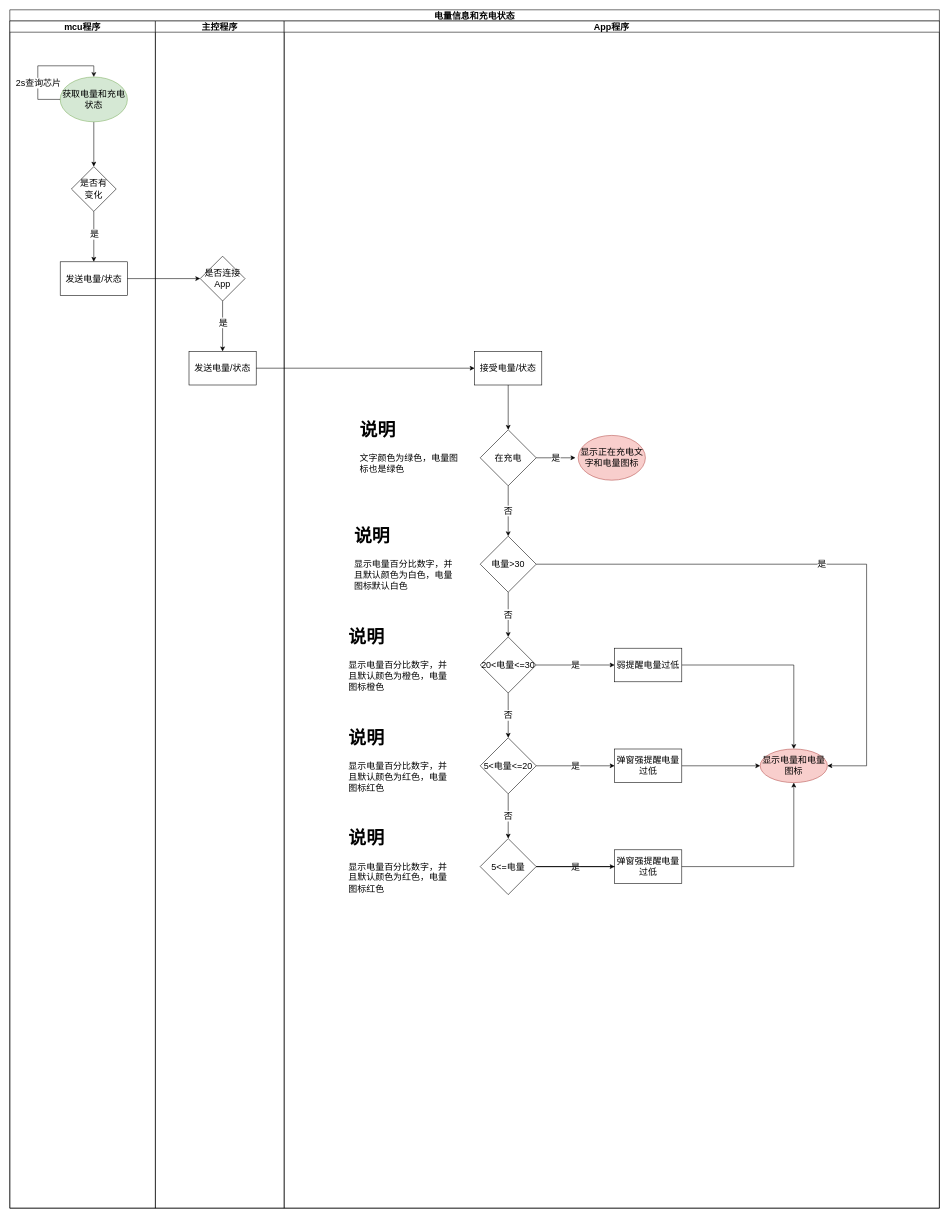
kyphoon/ysb_drawio_tree keeps this draw.io diagram as page "电池电量" (11 of 27) of 隐身保arm版-业务流程-V1.0-20221028-1.drawio. Above is the earlier version. Source tidied: cells renumbered, new cells numbered last; positions are measured from the earlier drawing's top-left corner, leaving out a move shared by most shapes. Both pictures are drawn from the tidied source at 56%, with x=0, y=0 at pixel (10, 10).
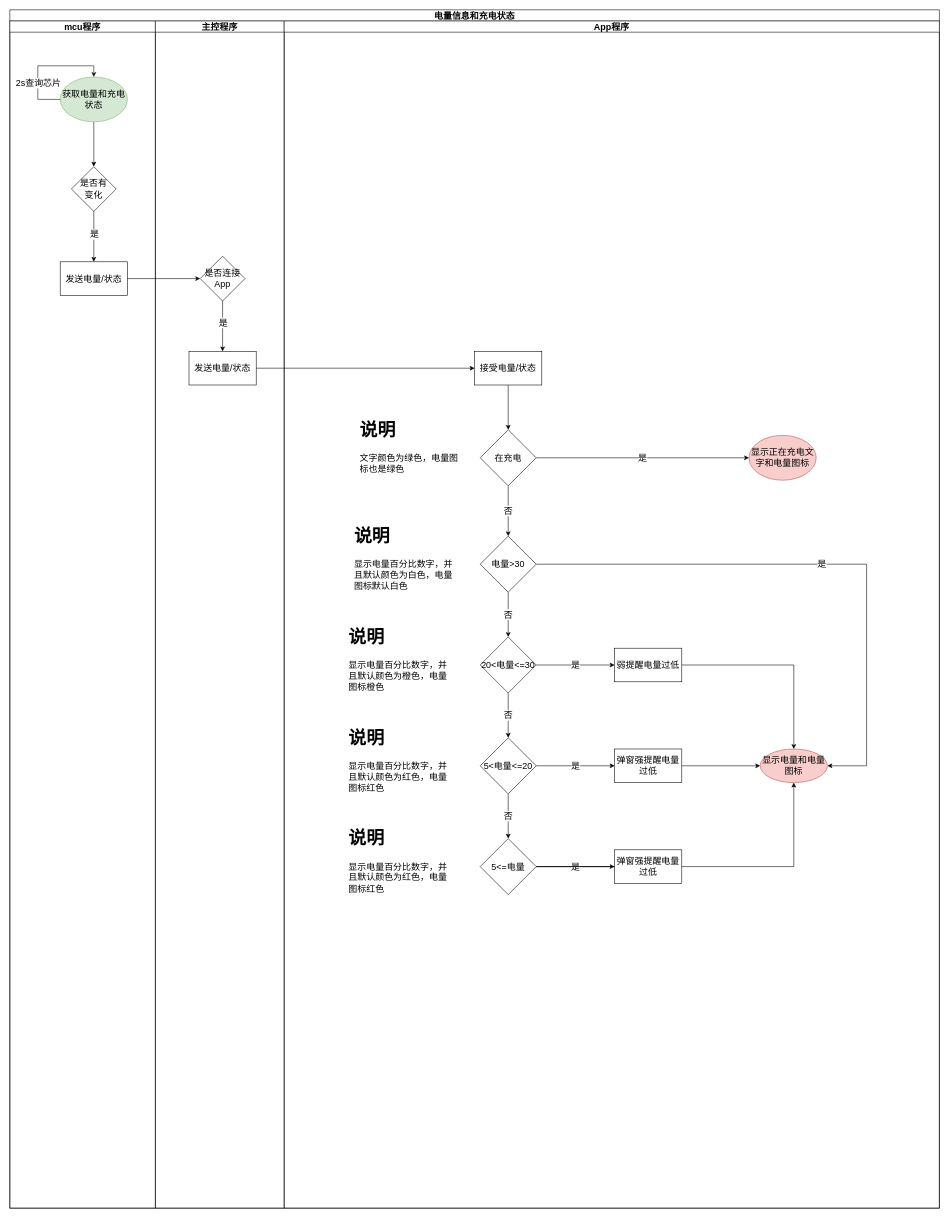
After the change.

Commit message (it also covers changes not shown here):
更新电量和充电状态

Unchanged cells that the change refers to:
```xml
<mxCell id="19" value="App程序" style="swimlane;startSize=20;labelBackgroundColor=none;fontSize=16;strokeWidth=1;" parent="2" vertex="1">
  <mxGeometry x="490" y="20" width="1170" height="2120" as="geometry" />
</mxCell>
<mxCell id="24" value="&lt;span style=&quot;font-size: 16px;&quot;&gt;在充电&lt;/span&gt;" style="rhombus;whiteSpace=wrap;html=1;rounded=0;" parent="19" vertex="1">
  <mxGeometry x="350" y="730" width="100" height="100" as="geometry" />
</mxCell>
```

The edit, as a diff of the source:
```diff
@@
-    <mxCell id="23" value="是" style="edgeStyle=orthogonalEdgeStyle;rounded=0;jettySize=auto;html=1;fontSize=16;" parent="19" edge="1" source="24">
-      <mxGeometry relative="1" as="geometry">
-        <mxPoint x="520" y="780" as="targetPoint" />
-      </mxGeometry>
+    <mxCell id="23" value="是" style="edgeStyle=orthogonalEdgeStyle;rounded=0;jettySize=auto;html=1;fontSize=16;" parent="19" edge="1" source="24" target="46">
+      <mxGeometry relative="1" as="geometry" />
     </mxCell>
@@
     <mxCell id="46" value="显示正在充电文字和电量图标" style="ellipse;whiteSpace=wrap;html=1;fontSize=16;fillColor=#f8cecc;strokeColor=#b85450;" parent="19" vertex="1">
-      <mxGeometry x="525" y="740" width="120" height="80" as="geometry" />
+      <mxGeometry x="830" y="740" width="120" height="80" as="geometry" />
     </mxCell>
```
